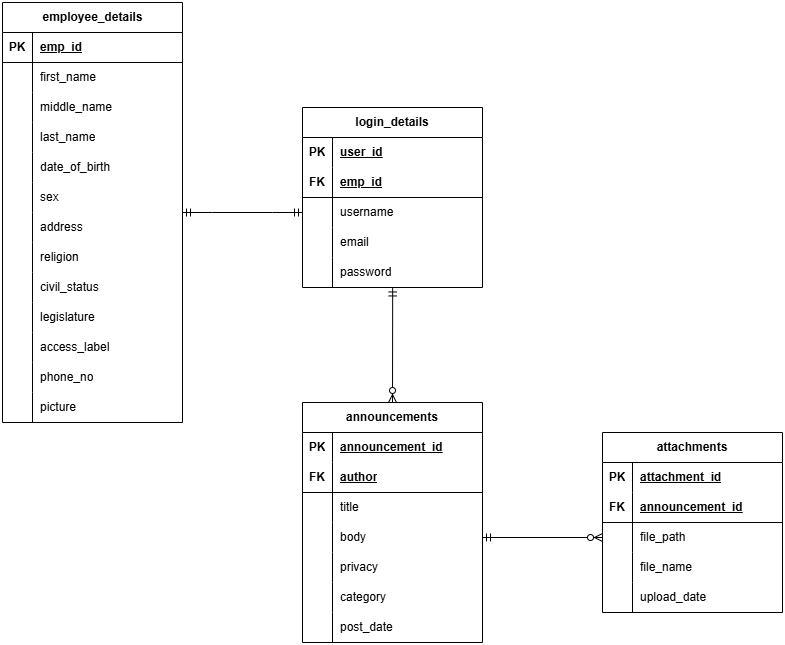
The draw.io diagram sql/UBISH-BarangaySystem.drawio.png in SzenInso/UBISH-BarangaySystem, before a commit. Source tidied: cells renumbered, new cells last; positions are measured from the earlier drawing's top-left corner, leaving out a move shared by most shapes.
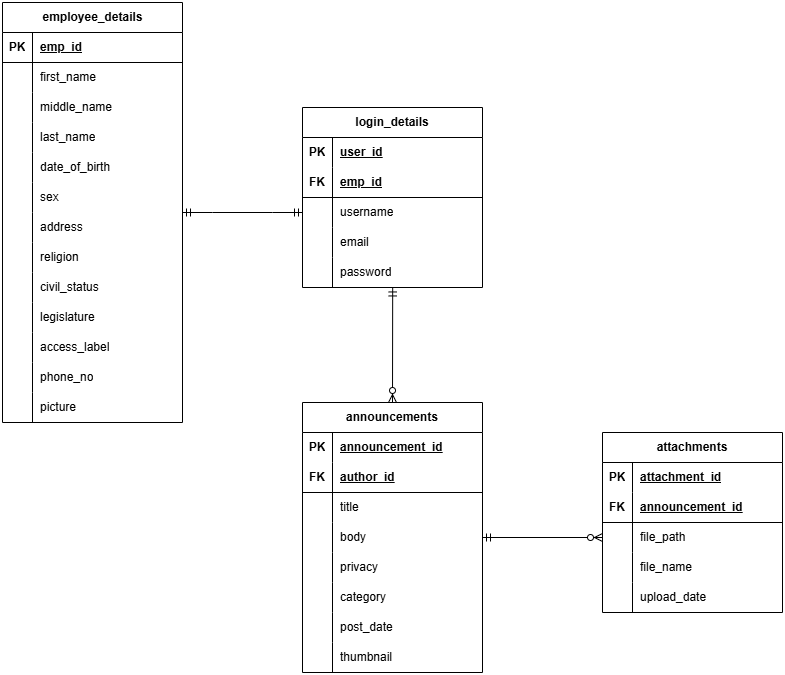
Later version of the same file.

Commit message:
Update: DB schema and ERD

What changed in the source:
```diff
@@ -176,7 +176,7 @@
       </mxGeometry>
     </mxCell>
     <mxCell id="59" value="announcements" style="shape=table;startSize=30;rowLines=0;fontStyle=1;align=center;html=1;whiteSpace=wrap;" parent="1" vertex="1">
-      <mxGeometry x="300" y="400" width="180" height="240" as="geometry" />
+      <mxGeometry x="300" y="400" width="180" height="270" as="geometry" />
     </mxCell>
     <mxCell id="60" style="shape=tableRow;horizontal=0;startSize=0;swimlaneHead=0;swimlaneBody=0;fillColor=none;top=0;left=0;right=0;bottom=0;html=1;" parent="59" vertex="1">
       <mxGeometry y="30" width="180" height="30" as="geometry" />
@@ -193,7 +193,7 @@
     <mxCell id="64" value="FK" style="shape=partialRectangle;fillColor=none;top=0;left=0;bottom=0;right=0;fontStyle=1;overflow=hidden;html=1;whiteSpace=wrap;" parent="63" vertex="1">
       <mxGeometry width="30" height="30" as="geometry" />
     </mxCell>
-    <mxCell id="65" value="author" style="shape=partialRectangle;fillColor=none;top=0;left=0;bottom=0;right=0;align=left;spacingLeft=6;fontStyle=5;overflow=hidden;html=1;whiteSpace=wrap;" parent="63" vertex="1">
+    <mxCell id="65" value="author_id" style="shape=partialRectangle;fillColor=none;top=0;left=0;bottom=0;right=0;align=left;spacingLeft=6;fontStyle=5;overflow=hidden;html=1;whiteSpace=wrap;" parent="63" vertex="1">
       <mxGeometry x="30" width="150" height="30" as="geometry" />
     </mxCell>
     <mxCell id="66" style="shape=tableRow;horizontal=0;startSize=0;swimlaneHead=0;swimlaneBody=0;fillColor=none;top=0;left=0;right=0;bottom=0;html=1;" parent="59" vertex="1">
@@ -241,6 +241,15 @@
     <mxCell id="80" value="post_date" style="shape=partialRectangle;fillColor=none;top=0;left=0;bottom=0;right=0;align=left;spacingLeft=6;overflow=hidden;html=1;whiteSpace=wrap;" parent="78" vertex="1">
       <mxGeometry x="30" width="150" height="30" as="geometry" />
     </mxCell>
+    <mxCell id="99" style="shape=tableRow;horizontal=0;startSize=0;swimlaneHead=0;swimlaneBody=0;fillColor=none;top=0;left=0;right=0;bottom=0;html=1;" parent="59" vertex="1">
+      <mxGeometry y="240" width="180" height="30" as="geometry" />
+    </mxCell>
+    <mxCell id="100" style="shape=partialRectangle;fillColor=none;top=0;left=0;bottom=0;right=0;overflow=hidden;html=1;whiteSpace=wrap;" parent="99" vertex="1">
+      <mxGeometry width="30" height="30" as="geometry" />
+    </mxCell>
+    <mxCell id="101" value="thumbnail" style="shape=partialRectangle;fillColor=none;top=0;left=0;bottom=0;right=0;align=left;spacingLeft=6;overflow=hidden;html=1;whiteSpace=wrap;" parent="99" vertex="1">
+      <mxGeometry x="30" width="150" height="30" as="geometry" />
+    </mxCell>
     <mxCell id="81" style="fontSize=12;html=1;endArrow=ERzeroToMany;startArrow=ERmandOne;rounded=0;exitX=0.501;exitY=1.015;exitDx=0;exitDy=0;exitPerimeter=0;entryX=0.5;entryY=0;entryDx=0;entryDy=0;" parent="1" edge="1" source="55" target="59">
       <mxGeometry relative="1" as="geometry" />
     </mxCell>
```
